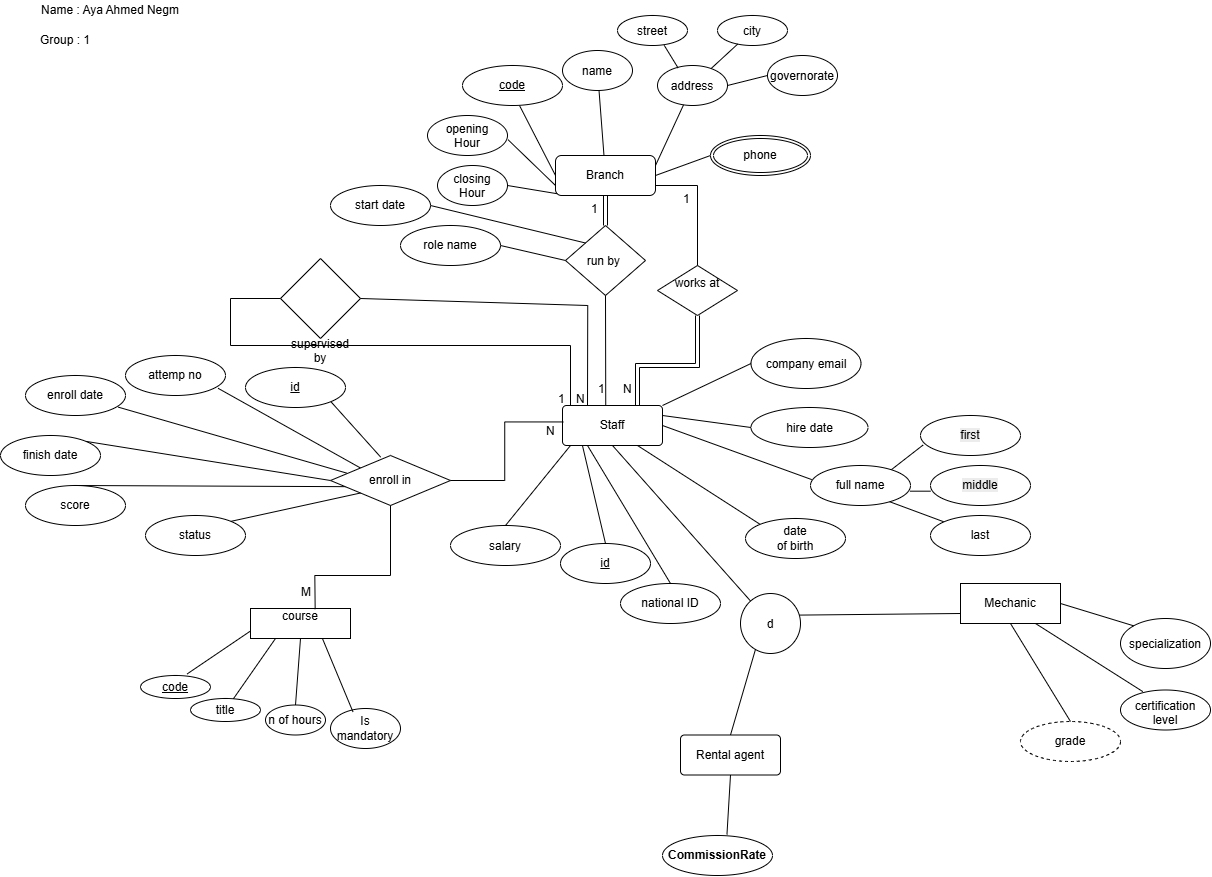
Before: exports/1-ERD-1-Staff.png, a diagram exported from draw.io (ayaanegm108-web/ayaanegm108-web-Database-Assignment-1). Source tidied: cells renumbered, new cells last; positions are measured from the earlier drawing's top-left corner, leaving out a move shared by most shapes.
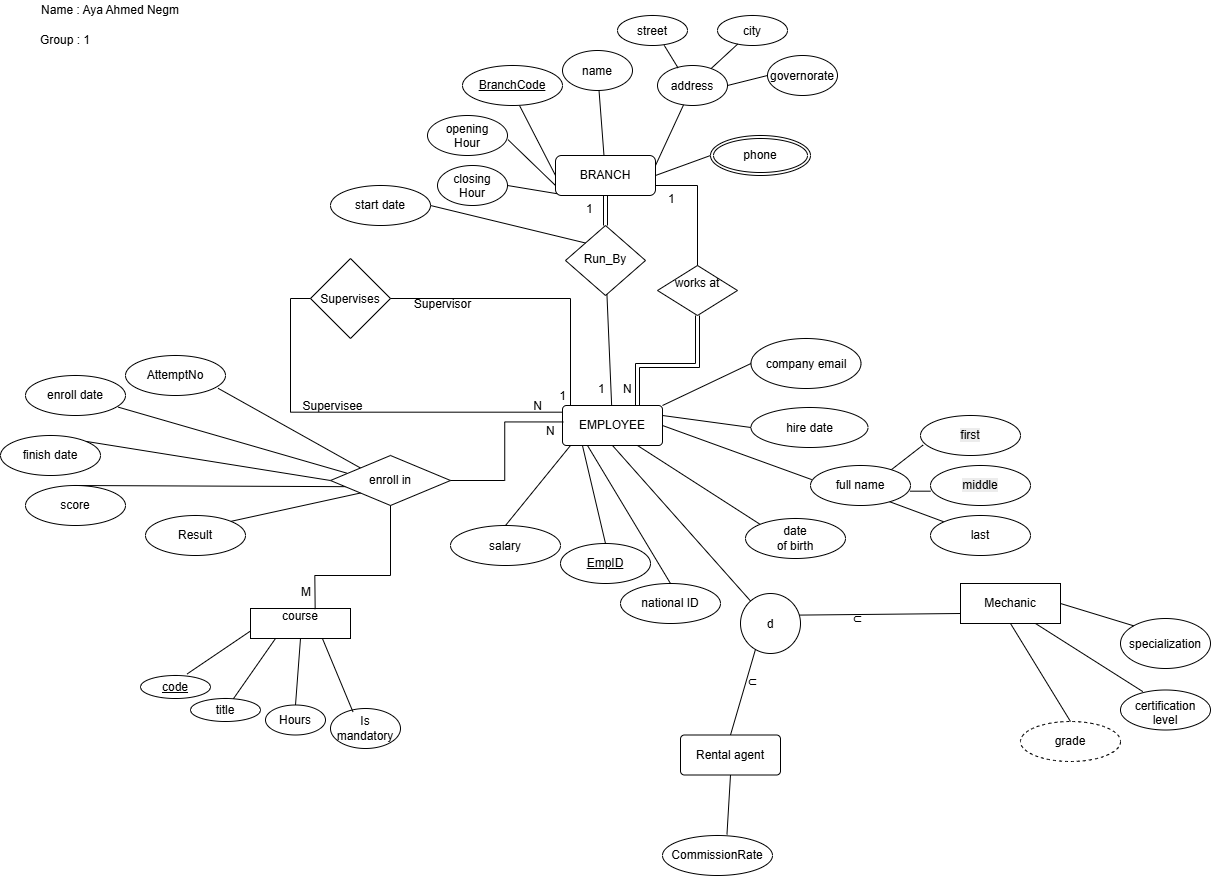
The same file after the commit.

Commit message:
schema: add rest  schemas

Diff of the diagram source:
```diff
@@ -2,7 +2,7 @@
   <root>
     <mxCell id="0" />
     <mxCell id="1" parent="0" />
-    <mxCell id="2" value="Branch" style="rounded=1;whiteSpace=wrap;html=1;roundedPerimeter=1;labelBackgroundColor=none;" parent="1" vertex="1">
+    <mxCell id="2" value="BRANCH" style="rounded=1;whiteSpace=wrap;html=1;roundedPerimeter=1;labelBackgroundColor=none;" parent="1" vertex="1">
       <mxGeometry x="555" y="155" width="100" height="40" as="geometry" />
     </mxCell>
     <mxCell id="3" value="name" style="ellipse;whiteSpace=wrap;html=1;shapeInside=1;labelBackgroundColor=none;" parent="1" vertex="1">
@@ -55,7 +55,7 @@
     <mxCell id="18" style="endArrow=none;html=1;rounded=0;defaultLabelBackgroundColor=page;exitX=1;exitY=0.5;exitDx=0;exitDy=0;entryX=0;entryY=1;entryDx=0;entryDy=0;fontColor=default;" parent="1" edge="1" source="16" target="2">
       <mxGeometry relative="1" as="geometry" />
     </mxCell>
-    <mxCell id="19" value="run by&amp;nbsp;" style="rhombus;whiteSpace=wrap;html=1;shapeInside=1;labelBackgroundColor=none;" parent="1" vertex="1">
+    <mxCell id="19" value="Run_By" style="rhombus;whiteSpace=wrap;html=1;shapeInside=1;labelBackgroundColor=none;" parent="1" vertex="1">
       <mxGeometry x="565" y="225" width="80" height="70" as="geometry" />
     </mxCell>
     <mxCell id="20" style="endArrow=none;html=1;rounded=0;defaultLabelBackgroundColor=page;entryX=0.073;entryY=1.14;entryDx=0;entryDy=0;exitX=0.5;exitY=0;exitDx=0;exitDy=0;fontColor=default;" parent="1" edge="1" source="71">
@@ -98,8 +98,8 @@
     <mxCell id="31" style="endArrow=none;html=1;rounded=0;defaultLabelBackgroundColor=page;entryX=0;entryY=0.75;entryDx=0;entryDy=0;exitX=0.972;exitY=0.36;exitDx=0;exitDy=0;exitPerimeter=0;fontColor=default;" parent="1" edge="1" source="70" target="50">
       <mxGeometry relative="1" as="geometry" />
     </mxCell>
-    <mxCell id="32" value="supervised&lt;div&gt;by&lt;/div&gt;" style="rhombus;whiteSpace=wrap;html=1;shapeInside=1;labelBackgroundColor=none;" parent="1" vertex="1">
-      <mxGeometry x="280" y="258" width="80" height="80" as="geometry" />
+    <mxCell id="32" value="Supervises" style="rhombus;whiteSpace=wrap;html=1;shapeInside=1;labelBackgroundColor=none;" parent="1" vertex="1">
+      <mxGeometry x="310" y="258" width="80" height="80" as="geometry" />
     </mxCell>
     <mxCell id="33" style="endArrow=none;html=1;rounded=0;defaultLabelBackgroundColor=page;entryX=0.5;entryY=0;entryDx=0;entryDy=0;exitX=0.75;exitY=0.933;exitDx=0;exitDy=0;exitPerimeter=0;fontColor=default;" parent="1" edge="1" source="91" target="28">
       <mxGeometry relative="1" as="geometry" />
@@ -116,7 +116,7 @@
     <mxCell id="37" value="Rental agent" style="rounded=1;arcSize=10;whiteSpace=wrap;html=1;align=center;labelBackgroundColor=none;" parent="1" vertex="1">
       <mxGeometry x="680" y="734.5" width="100" height="40" as="geometry" />
     </mxCell>
-    <mxCell id="38" style="edgeStyle=orthogonalEdgeStyle;rounded=0;jettySize=auto;html=1;exitX=0.75;exitY=0;exitDx=0;exitDy=0;entryX=0.5;entryY=1;entryDx=0;entryDy=0;defaultLabelBackgroundColor=page;shape=link;fontColor=default;" parent="1" edge="1" source="39" target="86">
+    <mxCell id="38" style="edgeStyle=orthogonalEdgeStyle;rounded=0;jettySize=auto;html=1;exitX=0.75;exitY=0;exitDx=0;exitDy=0;entryX=0.5;entryY=1;entryDx=0;entryDy=0;defaultLabelBackgroundColor=page;shape=link;fontColor=default;double=1;" parent="1" edge="1" source="39" target="86">
       <mxGeometry relative="1" as="geometry">
         <Array as="points">
           <mxPoint x="637" y="365" />
@@ -124,10 +124,10 @@
         </Array>
       </mxGeometry>
     </mxCell>
-    <mxCell id="39" value="Staff" style="rounded=1;arcSize=10;whiteSpace=wrap;html=1;align=center;labelBackgroundColor=none;" parent="1" vertex="1">
+    <mxCell id="39" value="EMPLOYEE" style="rounded=1;arcSize=10;whiteSpace=wrap;html=1;align=center;labelBackgroundColor=none;" parent="1" vertex="1">
       <mxGeometry x="562" y="405" width="100" height="40" as="geometry" />
     </mxCell>
-    <mxCell id="40" value="n of hours" style="ellipse;whiteSpace=wrap;html=1;align=center;labelBackgroundColor=none;" parent="1" vertex="1">
+    <mxCell id="40" value="Hours" style="ellipse;whiteSpace=wrap;html=1;align=center;labelBackgroundColor=none;" parent="1" vertex="1">
       <mxGeometry x="265" y="704.5" width="60" height="30" as="geometry" />
     </mxCell>
     <mxCell id="41" value="title" style="ellipse;whiteSpace=wrap;html=1;align=center;labelBackgroundColor=none;" parent="1" vertex="1">
@@ -160,7 +160,7 @@
     <mxCell id="50" value="Mechanic" style="whiteSpace=wrap;html=1;align=center;labelBackgroundColor=none;" parent="1" vertex="1">
       <mxGeometry x="960" y="583" width="100" height="40" as="geometry" />
     </mxCell>
-    <mxCell id="51" value="attemp no" style="ellipse;whiteSpace=wrap;html=1;align=center;labelBackgroundColor=none;" parent="1" vertex="1">
+    <mxCell id="51" value="AttemptNo" style="ellipse;whiteSpace=wrap;html=1;align=center;labelBackgroundColor=none;" parent="1" vertex="1">
       <mxGeometry x="125" y="355" width="100" height="40" as="geometry" />
     </mxCell>
     <mxCell id="52" value=" enroll date" style="ellipse;whiteSpace=wrap;html=1;align=center;labelBackgroundColor=none;" parent="1" vertex="1">
@@ -169,9 +169,6 @@
     <mxCell id="53" value="finish date" style="ellipse;whiteSpace=wrap;html=1;align=center;labelBackgroundColor=none;" parent="1" vertex="1">
       <mxGeometry y="435" width="100" height="40" as="geometry" />
     </mxCell>
-    <mxCell id="54" style="endArrow=none;html=1;rounded=0;defaultLabelBackgroundColor=page;entryX=0.418;entryY=0.032;entryDx=0;entryDy=0;exitX=1;exitY=1;exitDx=0;exitDy=0;entryPerimeter=0;fontColor=default;" parent="1" edge="1" source="72" target="66">
-      <mxGeometry relative="1" as="geometry" />
-    </mxCell>
     <mxCell id="55" style="endArrow=none;html=1;rounded=0;defaultLabelBackgroundColor=page;exitX=0.926;exitY=0.82;exitDx=0;exitDy=0;entryX=0;entryY=0;entryDx=0;entryDy=0;exitPerimeter=0;fontColor=default;" parent="1" edge="1" source="51" target="66">
       <mxGeometry relative="1" as="geometry" />
     </mxCell>
@@ -190,13 +187,13 @@
     <mxCell id="60" value="score" style="ellipse;whiteSpace=wrap;html=1;align=center;labelBackgroundColor=none;" parent="1" vertex="1">
       <mxGeometry x="25" y="485" width="100" height="40" as="geometry" />
     </mxCell>
-    <mxCell id="61" value="status" style="ellipse;whiteSpace=wrap;html=1;align=center;labelBackgroundColor=none;" parent="1" vertex="1">
+    <mxCell id="61" value="Result" style="ellipse;whiteSpace=wrap;html=1;align=center;labelBackgroundColor=none;" parent="1" vertex="1">
       <mxGeometry x="145" y="515" width="100" height="40" as="geometry" />
     </mxCell>
     <mxCell id="62" style="endArrow=none;html=1;rounded=0;defaultLabelBackgroundColor=page;exitX=0.5;exitY=0;exitDx=0;exitDy=0;entryX=0.208;entryY=0.624;entryDx=0;entryDy=0;entryPerimeter=0;fontColor=default;" parent="1" edge="1" source="60" target="66">
       <mxGeometry x="0.14" relative="1" as="geometry" />
     </mxCell>
-    <mxCell id="63" value="&lt;strong&gt;CommissionRate&lt;/strong&gt;" style="ellipse;whiteSpace=wrap;html=1;align=center;labelBackgroundColor=none;" parent="1" vertex="1">
+    <mxCell id="63" value="CommissionRate" style="ellipse;whiteSpace=wrap;html=1;align=center;labelBackgroundColor=none;" parent="1" vertex="1">
       <mxGeometry x="662" y="835" width="110" height="40" as="geometry" />
     </mxCell>
     <mxCell id="64" style="endArrow=none;html=1;rounded=0;defaultLabelBackgroundColor=page;entryX=0.586;entryY=-0.025;entryDx=0;entryDy=0;exitX=0.5;exitY=1;exitDx=0;exitDy=0;entryPerimeter=0;fontColor=default;" parent="1" edge="1" source="37" target="63">
@@ -208,30 +205,21 @@
     <mxCell id="66" value="enroll in" style="shape=rhombus;perimeter=rhombusPerimeter;whiteSpace=wrap;html=1;align=center;labelBackgroundColor=none;" parent="1" vertex="1">
       <mxGeometry x="330" y="455" width="120" height="50" as="geometry" />
     </mxCell>
-    <mxCell id="67" value="code" style="ellipse;whiteSpace=wrap;html=1;align=center;fontStyle=4;labelBackgroundColor=none;" parent="1" vertex="1">
+    <mxCell id="67" value="BranchCode" style="ellipse;whiteSpace=wrap;html=1;align=center;fontStyle=4;labelBackgroundColor=none;" parent="1" vertex="1">
       <mxGeometry x="462" y="65" width="100" height="40" as="geometry" />
     </mxCell>
     <mxCell id="68" value="phone" style="ellipse;shape=doubleEllipse;margin=3;whiteSpace=wrap;html=1;align=center;labelBackgroundColor=none;" parent="1" vertex="1">
       <mxGeometry x="710" y="135" width="100" height="40" as="geometry" />
     </mxCell>
     <mxCell id="69" value="1" style="text;strokeColor=none;fillColor=none;spacingLeft=4;spacingRight=4;overflow=hidden;fontSize=12;whiteSpace=wrap;html=1;labelBackgroundColor=none;" parent="1" vertex="1">
-      <mxGeometry x="585" y="195" width="40" height="30" as="geometry" />
+      <mxGeometry x="580" y="195" width="25" height="20" as="geometry" />
     </mxCell>
     <mxCell id="70" value="d" style="ellipse;whiteSpace=wrap;html=1;shapeInside=1;labelBackgroundColor=none;" parent="1" vertex="1">
       <mxGeometry x="740" y="593" width="60" height="60" as="geometry" />
     </mxCell>
-    <mxCell id="71" value="id" style="ellipse;whiteSpace=wrap;html=1;align=center;fontStyle=4;labelBackgroundColor=none;" parent="1" vertex="1">
+    <mxCell id="71" value="EmpID" style="ellipse;whiteSpace=wrap;html=1;align=center;fontStyle=4;labelBackgroundColor=none;" parent="1" vertex="1">
       <mxGeometry x="560" y="543" width="90" height="40" as="geometry" />
     </mxCell>
-    <mxCell id="72" value="id" style="ellipse;whiteSpace=wrap;html=1;align=center;fontStyle=4;labelBackgroundColor=none;" parent="1" vertex="1">
-      <mxGeometry x="245" y="367" width="100" height="40" as="geometry" />
-    </mxCell>
-    <mxCell id="73" value="1" style="text;strokeColor=none;fillColor=none;spacingLeft=4;spacingRight=4;overflow=hidden;fontSize=12;whiteSpace=wrap;html=1;labelBackgroundColor=none;" parent="1" vertex="1">
-      <mxGeometry x="552" y="385" width="40" height="30" as="geometry" />
-    </mxCell>
-    <mxCell id="74" value="N" style="text;strokeColor=none;fillColor=none;spacingLeft=4;spacingRight=4;overflow=hidden;points=[[0,0.5],[1,0.5]];portConstraint=eastwest;fontSize=12;whiteSpace=wrap;html=1;labelBackgroundColor=none;" parent="1" vertex="1">
-      <mxGeometry x="570" y="385" width="40" height="30" as="geometry" />
-    </mxCell>
     <mxCell id="75" value="1" style="text;strokeColor=none;fillColor=none;spacingLeft=4;spacingRight=4;overflow=hidden;points=[[0,0.5],[1,0.5]];portConstraint=eastwest;fontSize=12;whiteSpace=wrap;html=1;labelBackgroundColor=none;" parent="1" vertex="1">
       <mxGeometry x="592" y="375" width="40" height="30" as="geometry" />
     </mxCell>
@@ -259,7 +247,7 @@
     <mxCell id="83" style="endArrow=none;html=1;rounded=0;defaultLabelBackgroundColor=page;exitX=0.5;exitY=1;exitDx=0;exitDy=0;fontColor=default;" parent="1" edge="1" source="39" target="70">
       <mxGeometry relative="1" as="geometry" />
     </mxCell>
-    <mxCell id="84" style="shape=link;html=1;rounded=0;defaultLabelBackgroundColor=page;entryX=0.5;entryY=0;entryDx=0;entryDy=0;exitX=0.5;exitY=1;exitDx=0;exitDy=0;fontColor=default;" parent="1" edge="1" source="2" target="19">
+    <mxCell id="84" style="shape=link;html=1;rounded=0;defaultLabelBackgroundColor=page;entryX=0.5;entryY=0;entryDx=0;entryDy=0;exitX=0.5;exitY=1;exitDx=0;exitDy=0;fontColor=default;double=1;" parent="1" edge="1" source="2" target="19">
       <mxGeometry relative="1" as="geometry" />
     </mxCell>
     <mxCell id="85" value="M" style="text;strokeColor=none;fillColor=none;spacingLeft=4;spacingRight=4;overflow=hidden;points=[[0,0.5],[1,0.5]];portConstraint=eastwest;fontSize=12;whiteSpace=wrap;html=1;labelBackgroundColor=none;" parent="1" vertex="1">
@@ -279,7 +267,7 @@
       <mxGeometry x="617" y="375" width="40" height="30" as="geometry" />
     </mxCell>
     <mxCell id="89" value="1" style="text;strokeColor=none;fillColor=none;spacingLeft=4;spacingRight=4;overflow=hidden;fontSize=12;whiteSpace=wrap;html=1;labelBackgroundColor=none;" parent="1" vertex="1">
-      <mxGeometry x="677" y="185" width="40" height="30" as="geometry" />
+      <mxGeometry x="662" y="185" width="25" height="20" as="geometry" />
     </mxCell>
     <mxCell id="90" style="endArrow=none;html=1;rounded=0;defaultLabelBackgroundColor=page;entryX=0;entryY=1;entryDx=0;entryDy=0;exitX=1;exitY=0;exitDx=0;exitDy=0;fontColor=default;" parent="1" edge="1" source="61" target="66">
       <mxGeometry relative="1" as="geometry" />
@@ -293,37 +281,20 @@
     <mxCell id="93" style="endArrow=none;html=1;rounded=0;defaultLabelBackgroundColor=page;exitX=1;exitY=0.5;exitDx=0;exitDy=0;entryX=0;entryY=0;entryDx=0;entryDy=0;fontColor=default;" parent="1" edge="1" source="92" target="19">
       <mxGeometry relative="1" as="geometry" />
     </mxCell>
-    <mxCell id="94" value="role name" style="ellipse;whiteSpace=wrap;html=1;align=center;labelBackgroundColor=none;" parent="1" vertex="1">
-      <mxGeometry x="400" y="225" width="100" height="40" as="geometry" />
-    </mxCell>
-    <mxCell id="95" style="endArrow=none;html=1;rounded=0;defaultLabelBackgroundColor=page;exitX=1;exitY=0.5;exitDx=0;exitDy=0;entryX=0;entryY=0.5;entryDx=0;entryDy=0;fontColor=default;" parent="1" edge="1" source="94" target="19">
-      <mxGeometry relative="1" as="geometry" />
-    </mxCell>
     <mxCell id="96" value="Name : Aya Ahmed Negm" style="text;html=1;whiteSpace=wrap;strokeColor=none;fillColor=none;align=center;verticalAlign=middle;rounded=0;" parent="1" vertex="1">
       <mxGeometry x="20" width="180" height="20" as="geometry" />
     </mxCell>
     <mxCell id="97" value="Group : 1" style="text;html=1;whiteSpace=wrap;strokeColor=none;fillColor=none;align=center;verticalAlign=middle;rounded=0;" parent="1" vertex="1">
       <mxGeometry x="20" y="25" width="90" height="30" as="geometry" />
     </mxCell>
-    <mxCell id="98" style="endArrow=none;html=1;rounded=0;defaultLabelBackgroundColor=page;exitX=1;exitY=0.5;exitDx=0;exitDy=0;entryX=0.25;entryY=0;entryDx=0;entryDy=0;" parent="1" edge="1" source="32" target="39">
-      <mxGeometry x="-0.15" relative="1" as="geometry">
+    <mxCell id="98" style="endArrow=none;startArrow=none;html=1;rounded=0;exitX=0;exitY=0.667;entryX=1;entryY=0.5;exitDx=0;exitDy=0;exitPerimeter=0;" parent="1" edge="1" target="32">
+      <mxGeometry relative="1" as="geometry">
+        <mxPoint x="570" y="405" as="sourcePoint" />
         <Array as="points">
-          <mxPoint x="587.2" y="305" />
+          <mxPoint x="570" y="298" />
         </Array>
       </mxGeometry>
     </mxCell>
-    <mxCell id="99" style="endArrow=none;html=1;rounded=0;defaultLabelBackgroundColor=page;exitX=0.5;exitY=1;exitDx=0;exitDy=0;entryX=0.331;entryY=0.993;entryDx=0;entryDy=0;entryPerimeter=0;" parent="1" edge="1" source="19" target="75">
-      <mxGeometry relative="1" as="geometry" />
-    </mxCell>
-    <mxCell id="100" style="endArrow=none;html=1;rounded=0;defaultLabelBackgroundColor=page;exitX=0;exitY=0.5;exitDx=0;exitDy=0;entryX=0;entryY=0.667;entryDx=0;entryDy=0;entryPerimeter=0;" parent="1" edge="1" source="32" target="74">
-      <mxGeometry x="-0.18" relative="1" as="geometry">
-        <Array as="points">
-          <mxPoint x="230" y="298" />
-          <mxPoint x="230" y="345" />
-          <mxPoint x="570" y="345" />
-        </Array>
-      </mxGeometry>
-    </mxCell>
     <mxCell id="101" style="endArrow=none;html=1;rounded=0;defaultLabelBackgroundColor=page;entryX=0.008;entryY=0.411;entryDx=0;entryDy=0;entryPerimeter=0;exitX=1;exitY=0.5;exitDx=0;exitDy=0;" parent="1" edge="1" source="66" target="39">
       <mxGeometry x="-0.02" relative="1" as="geometry">
         <Array as="points">
@@ -340,5 +311,34 @@
         </Array>
       </mxGeometry>
     </mxCell>
+    <mxCell id="103" style="endArrow=none;startArrow=none;html=1;rounded=0;" parent="1" edge="1" source="19" target="39">
+      <mxGeometry relative="1" as="geometry" />
+    </mxCell>
+    <mxCell id="104" style="endArrow=none;startArrow=none;html=1;rounded=0;exitX=0.003;exitY=0.167;entryX=0;entryY=0.5;exitDx=0;exitDy=0;exitPerimeter=0;entryDx=0;entryDy=0;" parent="1" edge="1" source="39" target="32">
+      <mxGeometry x="0.03" relative="1" as="geometry">
+        <Array as="points">
+          <mxPoint x="290" y="411.7" />
+          <mxPoint x="290" y="298" />
+        </Array>
+      </mxGeometry>
+    </mxCell>
+    <mxCell id="105" value="Supervisor" style="text;html=1;whiteSpace=wrap;strokeColor=none;fillColor=none;align=center;verticalAlign=middle;" parent="1" vertex="1">
+      <mxGeometry x="400" y="293" width="85" height="22" as="geometry" />
+    </mxCell>
+    <mxCell id="106" value="Supervisee" style="text;html=1;whiteSpace=wrap;strokeColor=none;fillColor=none;align=center;verticalAlign=middle;" parent="1" vertex="1">
+      <mxGeometry x="290" y="395" width="85" height="22" as="geometry" />
+    </mxCell>
+    <mxCell id="73" value="1" style="text;html=1;whiteSpace=wrap;strokeColor=none;fillColor=none;align=center;verticalAlign=middle;" parent="1" vertex="1">
+      <mxGeometry x="550" y="385" width="25" height="22" as="geometry" />
+    </mxCell>
+    <mxCell id="74" value="N" style="text;html=1;whiteSpace=wrap;strokeColor=none;fillColor=none;align=center;verticalAlign=middle;" parent="1" vertex="1">
+      <mxGeometry x="525" y="395" width="25" height="22" as="geometry" />
+    </mxCell>
+    <mxCell id="107" value="⊂" style="text;html=1;whiteSpace=wrap;strokeColor=none;fillColor=none;align=center;verticalAlign=middle;" parent="1" vertex="1">
+      <mxGeometry x="740" y="668" width="25" height="25" as="geometry" />
+    </mxCell>
+    <mxCell id="108" value="⊂" style="text;html=1;whiteSpace=wrap;strokeColor=none;fillColor=none;align=center;verticalAlign=middle;" parent="1" vertex="1">
+      <mxGeometry x="845" y="605" width="25" height="25" as="geometry" />
+    </mxCell>
   </root>
 </mxGraphModel>
```
